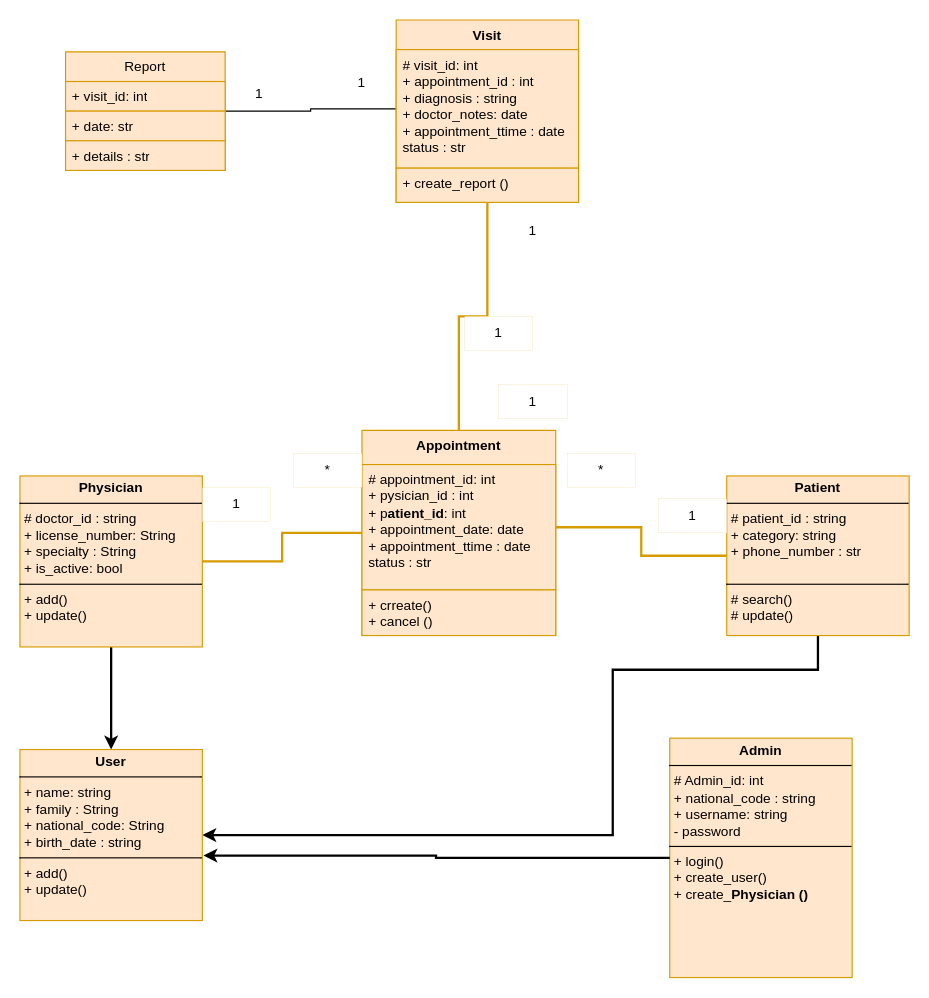
This is docs/hostpital_managment_System.drawio from MohammadHosein8998/hostpital_managment_System, a draw.io file, before an edit. Source tidied: cells renumbered, new cells numbered last; positions are measured from the earlier drawing's top-left corner, leaving out a move shared by most shapes. Both pictures are drawn from the tidied source at 114%, with x=0, y=0 at pixel (19, 19).
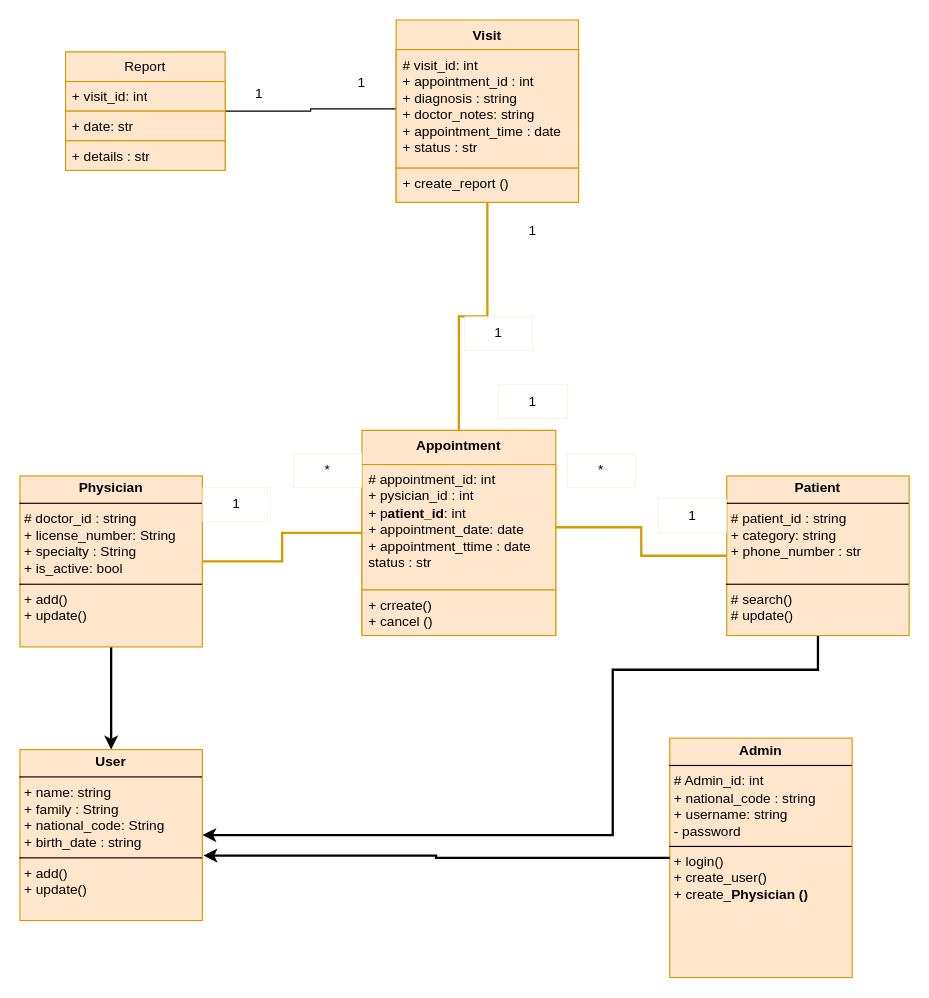
Above is the later version.

Commit message (it also covers changes not shown here):
developing some part of patients views and some modification on other parts of views and UML

Unchanged cells that the change refers to:
```xml
<mxCell id="24" value="Visit" style="swimlane;fontStyle=1;align=center;verticalAlign=top;horizontal=1;startSize=26;whiteSpace=wrap;html=1;fillColor=#ffe6cc;strokeColor=#d79b00;swimlaneFillColor=default;" parent="1" vertex="1">
  <mxGeometry x="330" width="160" height="160" as="geometry" />
</mxCell>
```

The edit, as a diff of the source:
```diff
@@
-    <mxCell id="25" value="&lt;div&gt;&lt;span style=&quot;&quot;&gt;# visit_id: int&lt;/span&gt;&lt;/div&gt;&lt;div&gt;&lt;span style=&quot;&quot;&gt;+&amp;nbsp;appointment_id&amp;nbsp;: int&lt;/span&gt;&lt;/div&gt;&lt;div&gt;&lt;span style=&quot;&quot;&gt;+&amp;nbsp;diagnosis&amp;nbsp;: string&lt;/span&gt;&lt;/div&gt;&lt;span style=&quot;&quot;&gt;+ doctor_notes: date&lt;/span&gt;&lt;div&gt;&lt;span style=&quot;&quot;&gt;+ appointment_ttime : date&lt;/span&gt;&lt;/div&gt;&lt;div&gt;&lt;span style=&quot;&quot;&gt;status : str&lt;/span&gt;&lt;/div&gt;" style="text;strokeColor=#d79b00;fillColor=#ffe6cc;align=left;verticalAlign=top;spacingLeft=4;spacingRight=4;overflow=hidden;points=[[0,0.5],[1,0.5]];portConstraint=eastwest;whiteSpace=wrap;html=1;" parent="24" vertex="1">
+    <mxCell id="25" value="&lt;div&gt;&lt;span style=&quot;&quot;&gt;# visit_id: int&lt;/span&gt;&lt;/div&gt;&lt;div&gt;&lt;span style=&quot;&quot;&gt;+&amp;nbsp;appointment_id&amp;nbsp;: int&lt;/span&gt;&lt;/div&gt;&lt;div&gt;&lt;span style=&quot;&quot;&gt;+&amp;nbsp;diagnosis&amp;nbsp;: string&lt;/span&gt;&lt;/div&gt;&lt;span style=&quot;&quot;&gt;+ doctor_notes:&amp;nbsp;&lt;/span&gt;string&lt;div&gt;&lt;span style=&quot;&quot;&gt;+ appointment_time : date&lt;/span&gt;&lt;/div&gt;&lt;div&gt;&lt;span style=&quot;&quot;&gt;+ status : str&lt;/span&gt;&lt;/div&gt;" style="text;strokeColor=#d79b00;fillColor=#ffe6cc;align=left;verticalAlign=top;spacingLeft=4;spacingRight=4;overflow=hidden;points=[[0,0.5],[1,0.5]];portConstraint=eastwest;whiteSpace=wrap;html=1;" parent="24" vertex="1">
       <mxGeometry y="26" width="160" height="104" as="geometry" />
     </mxCell>
```
